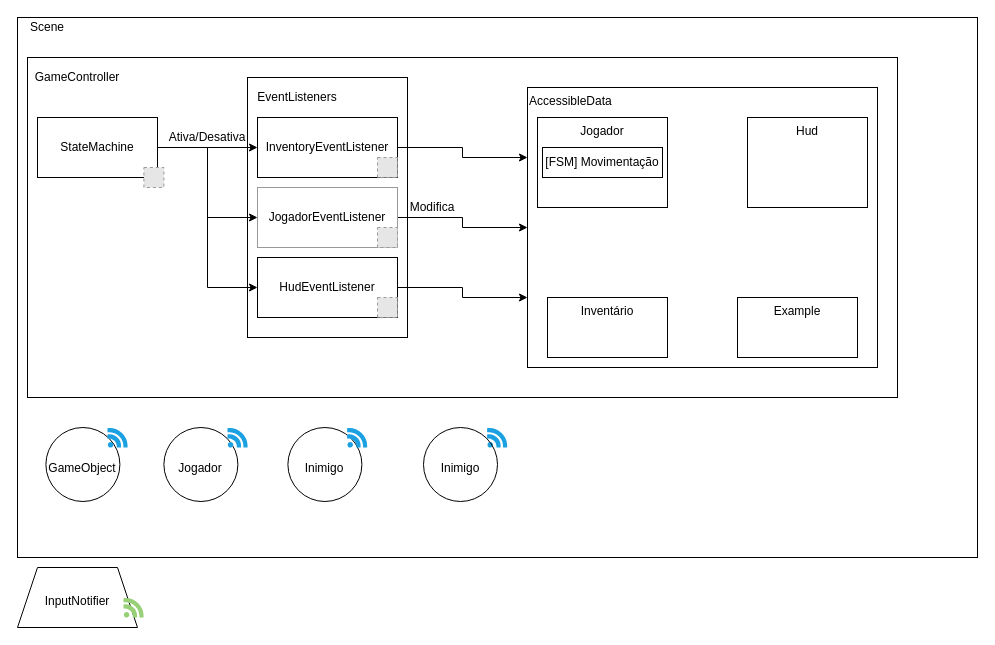
Above: page "[HDL] PubSub v2" (6 of 8) of 1nnocent.drawio in Hollow-Ice-Studio/GitInitials (draw.io), before the change. Source tidied: cells renumbered, new cells numbered last; positions are measured from the earlier drawing's top-left corner, leaving out a move shared by most shapes. Both pictures are drawn from the tidied source at 100%, with x=0, y=0 at pixel (17, 17). Pictures stored in the file or linked from it are replaced by grey dashed boxes.
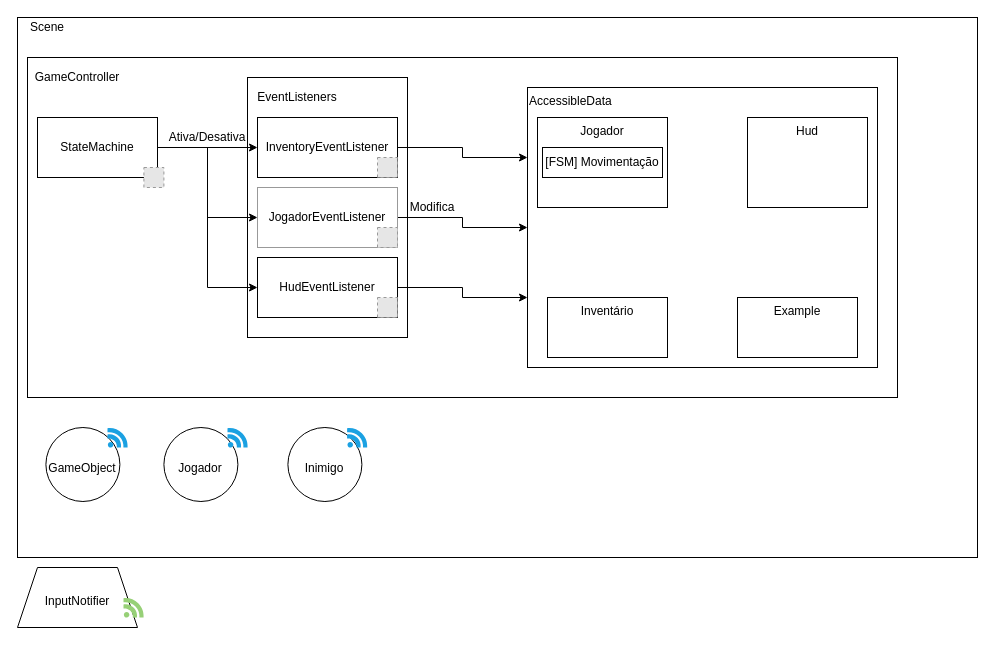
The same page after the edit.

What changed in the source:
```diff
@@
-    <mxCell id="31" style="dashed=0;html=1;align=center;labelPosition=center;verticalLabelPosition=bottom;verticalAlign=top;shape=mxgraph.weblogos.feed;labelBackgroundColor=none;strokeColor=#006EAF;fontSize=24;fillColor=#1ba1e2;fontColor=#ffffff;" parent="1" vertex="1">
-      <mxGeometry x="469.6" y="410" width="20.4" height="20" as="geometry" />
-    </mxCell>
@@
-    <mxCell id="36" value="&lt;font style=&quot;font-size: 12px&quot;&gt;Inimigo&lt;/font&gt;" style="ellipse;whiteSpace=wrap;html=1;labelBackgroundColor=none;strokeColor=#000000;fillColor=none;fontSize=24;fontColor=#000000;align=center;verticalAlign=middle;" parent="1" vertex="1">
-      <mxGeometry x="406" y="410" width="74" height="74" as="geometry" />
-    </mxCell>
```
